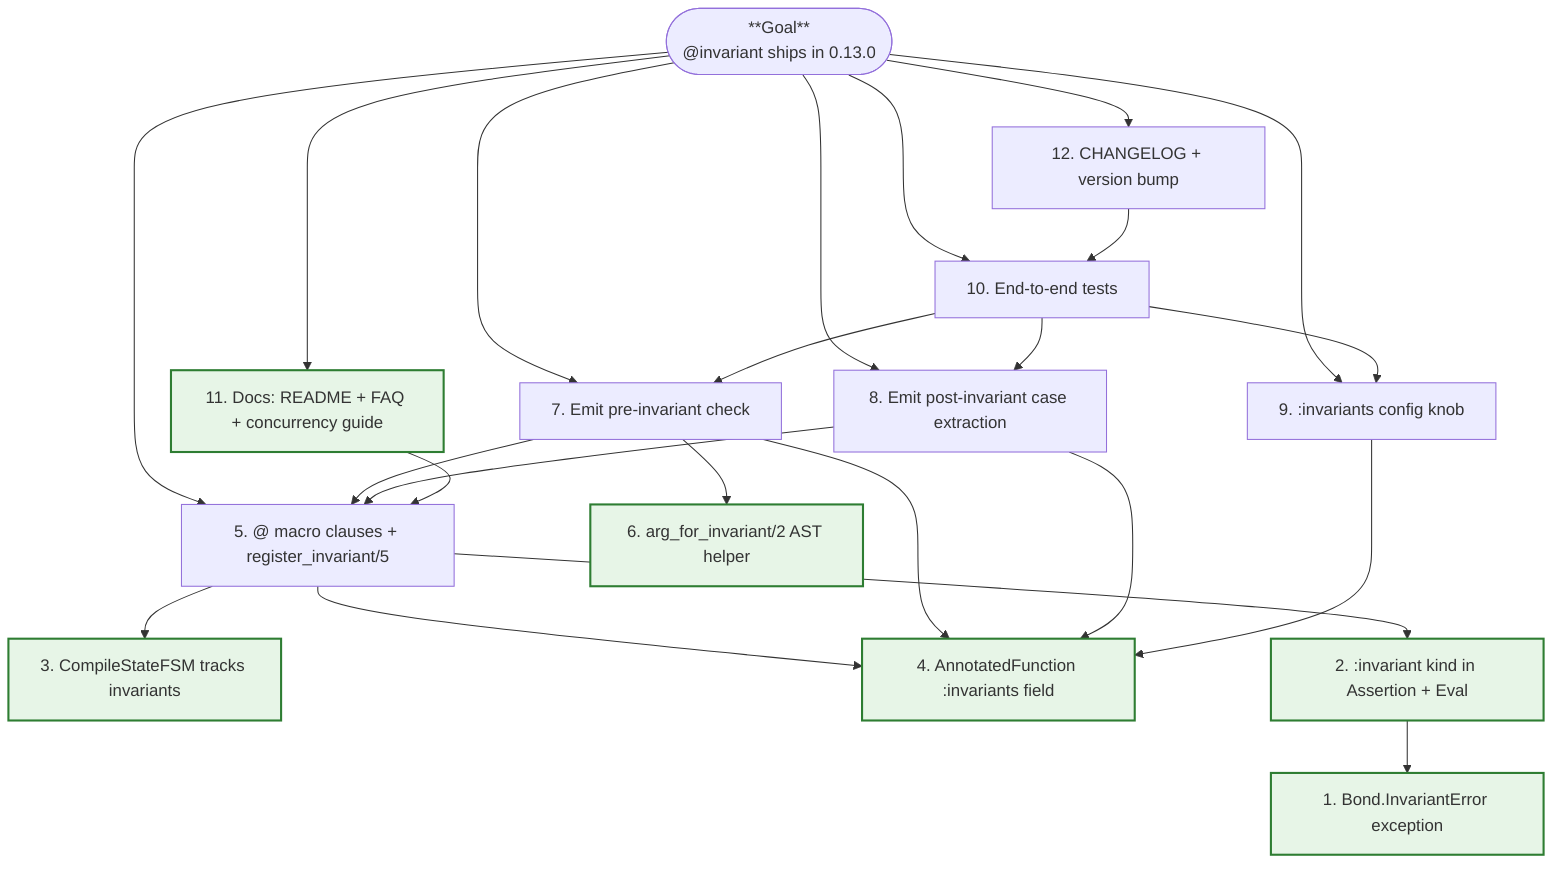
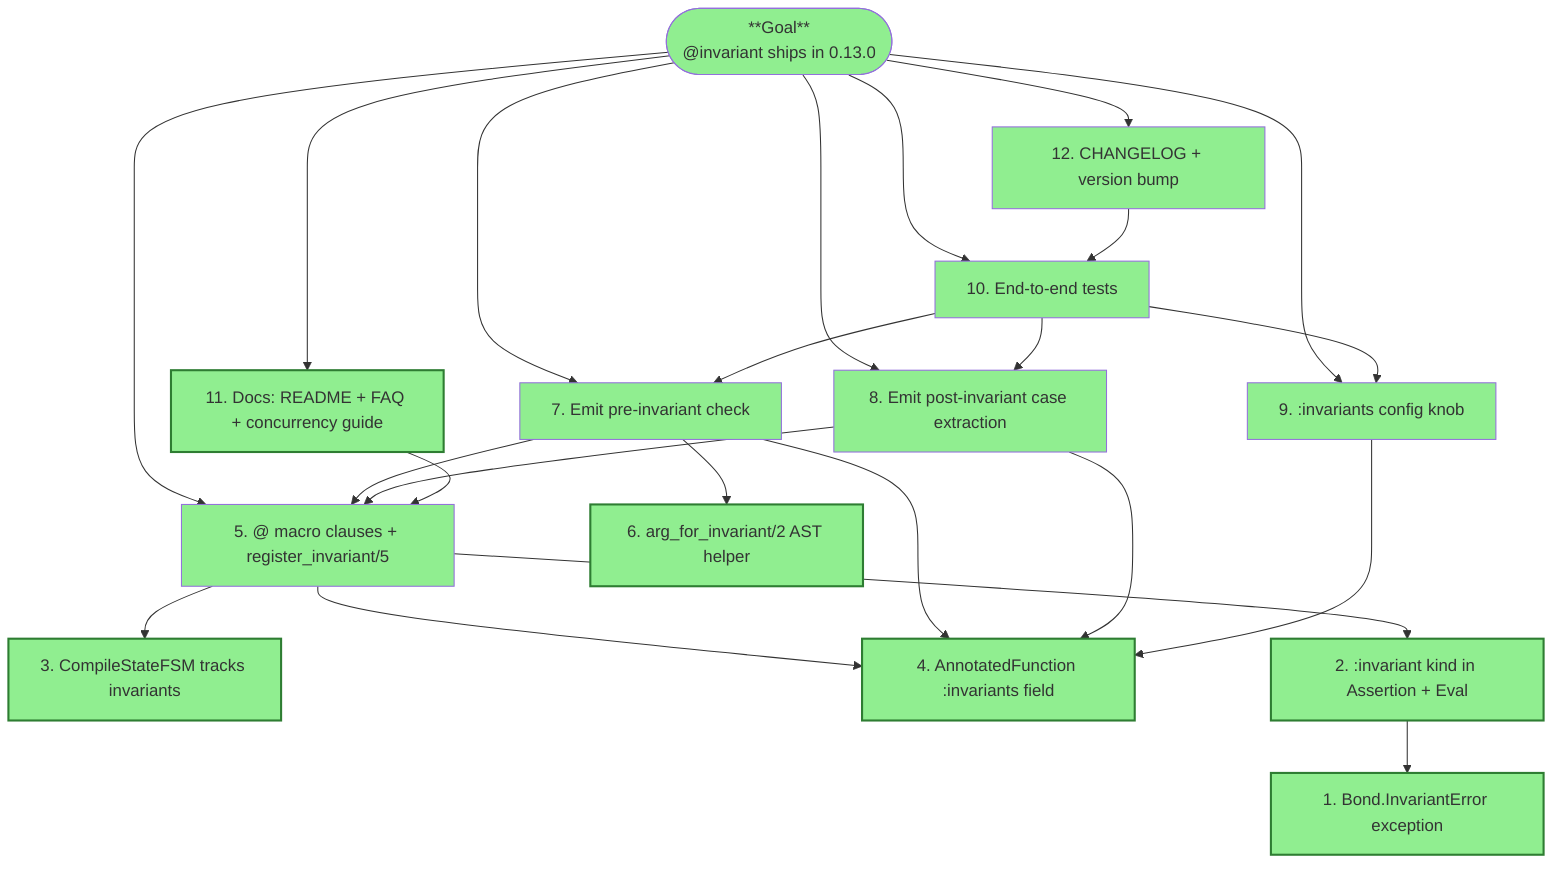
flowchart TD
%% Mikado graph for the 0.13.0 `@invariant` work.

%% Each numbered node is a commit-sized step. Arrows point from a goal to its
%% prerequisites — leaves (green) have no further prerequisites and are safe to
%% start with. Depth-first per Mikado: pick a leaf, finish it, commit, repeat.

    G(["**Goal**<br/>@invariant ships in 0.13.0"])

    G --> S5[5. @ macro clauses + register_invariant/5]
    G --> S7[7. Emit pre-invariant check]
    G --> S8[8. Emit post-invariant case extraction]
    G --> S9[9. :invariants config knob]
    G --> S10[10. End-to-end tests]
    G --> S11[11. Docs: README + FAQ + concurrency guide]
    G --> S12[12. CHANGELOG + version bump]

    S5 --> S3[3. CompileStateFSM tracks invariants]
    S5 --> S4[4. AnnotatedFunction :invariants field]
    S5 --> S2[2. :invariant kind in Assertion + Eval]

    S7 --> S5
    S7 --> S6[6. arg_for_invariant/2 AST helper]
    S7 --> S4

    S8 --> S5
    S8 --> S4

    S9 --> S4

    S2 --> S1[1. Bond.InvariantError exception]

    S10 --> S7
    S10 --> S8
    S10 --> S9

    S11 --> S5
    S12 --> S10

    classDef leaf fill:#e7f5e7,stroke:#2e7d32,stroke-width:2px;
    class S1,S2,S3,S4,S6,S11 leaf;
+ 
+     style G fill:#90EE90
+     style S1 fill:#90EE90
+     style S2 fill:#90EE90
+     style S3 fill:#90EE90
+     style S4 fill:#90EE90
+     style S5 fill:#90EE90
+     style S6 fill:#90EE90
+     style S7 fill:#90EE90
+     style S8 fill:#90EE90
+     style S9 fill:#90EE90
+     style S10 fill:#90EE90
+     style S11 fill:#90EE90
+     style S12 fill:#90EE90
